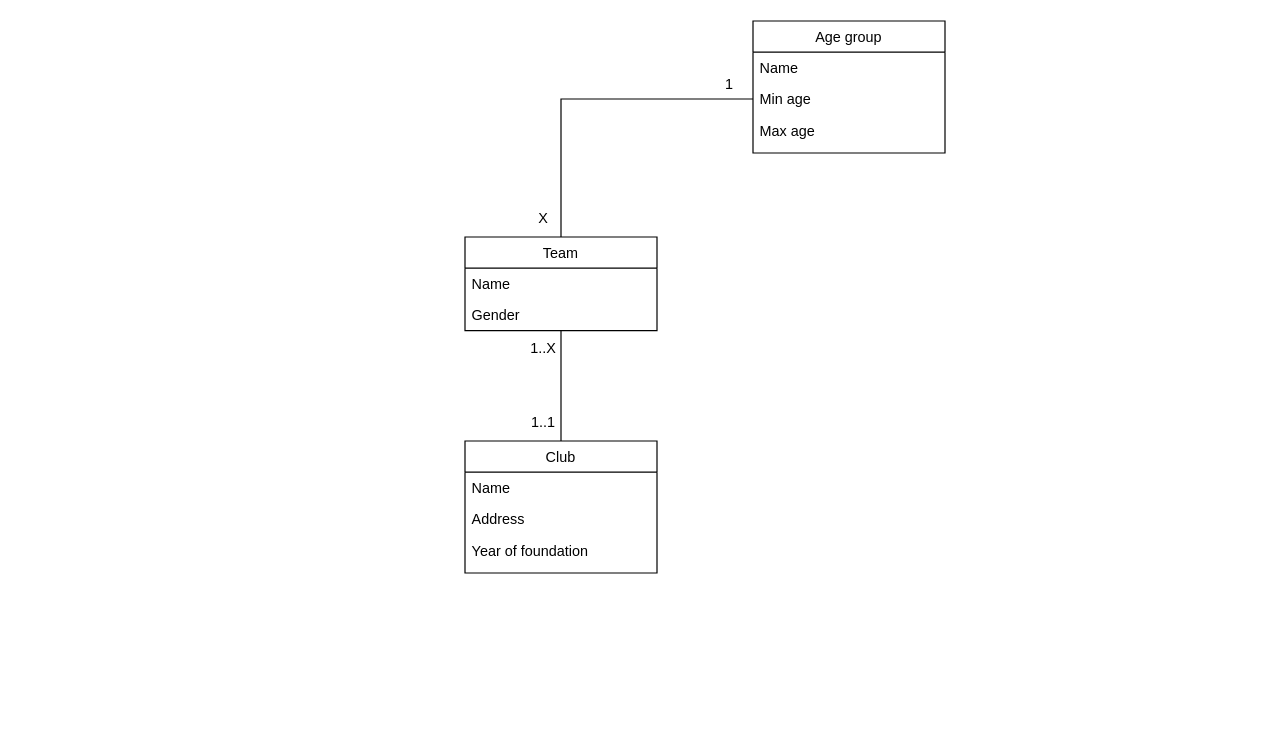
Earlier version of the draw.io diagram SoccerLeague.drawio (brito-bernardo/database-modeling). Source tidied: cells renumbered, new cells numbered last; positions are measured from the earlier drawing's top-left corner, leaving out a move shared by most shapes. Both pictures are drawn from the tidied source at 120%, with x=0, y=0 at pixel (464, 20).
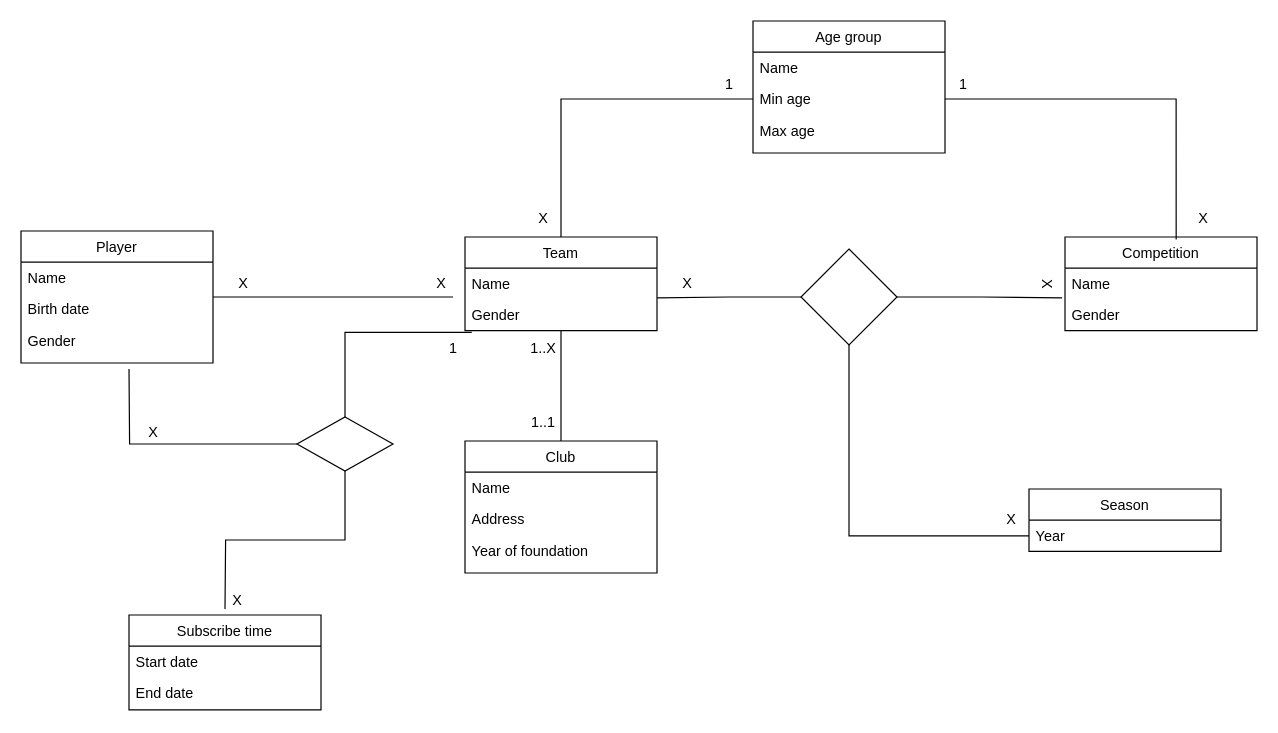
The same diagram, later.

Unchanged cells that the change refers to:
```xml
<mxCell id="10" value="Gender" style="text;align=left;verticalAlign=top;spacingLeft=4;spacingRight=4;overflow=hidden;points=[[0,0.5],[1,0.5]];portConstraint=eastwest;" parent="8" vertex="1">
  <mxGeometry y="52" width="160" height="26" as="geometry" />
</mxCell>
<mxCell id="13" value="Min age" style="text;align=left;verticalAlign=top;spacingLeft=4;spacingRight=4;overflow=hidden;points=[[0,0.5],[1,0.5]];portConstraint=eastwest;" parent="11" vertex="1">
  <mxGeometry y="52" width="160" height="26" as="geometry" />
</mxCell>
```

What changed in the source:
```diff
@@
+    <mxCell id="19" value="Competition" style="swimlane;fontStyle=0;align=center;verticalAlign=top;horizontal=1;startSize=26;rounded=0;shadow=0;strokeWidth=1;" parent="1" vertex="1">
+      <mxGeometry x="500" y="180" width="160" height="78" as="geometry" />
+    </mxCell>
+    <mxCell id="20" value="Name" style="text;align=left;verticalAlign=top;spacingLeft=4;spacingRight=4;overflow=hidden;" parent="19" vertex="1">
+      <mxGeometry y="26" width="160" height="26" as="geometry" />
+    </mxCell>
+    <mxCell id="21" value="Gender" style="text;align=left;verticalAlign=top;spacingLeft=4;spacingRight=4;overflow=hidden;points=[[0,0.5],[1,0.5]];portConstraint=eastwest;" parent="19" vertex="1">
+      <mxGeometry y="52" width="160" height="26" as="geometry" />
+    </mxCell>
+    <mxCell id="22" style="edgeStyle=orthogonalEdgeStyle;rounded=0;jettySize=auto;html=1;entryX=0.579;entryY=0.026;entryDx=0;entryDy=0;entryPerimeter=0;endArrow=none;endFill=0;" parent="1" edge="1" source="13" target="19">
+      <mxGeometry relative="1" as="geometry" />
+    </mxCell>
+    <mxCell id="23" style="edgeStyle=orthogonalEdgeStyle;rounded=0;jettySize=auto;html=1;entryX=0;entryY=0.5;entryDx=0;entryDy=0;endArrow=none;endFill=0;" parent="1" edge="1" source="24" target="28">
+      <mxGeometry relative="1" as="geometry" />
+    </mxCell>
+    <mxCell id="24" style="rhombus;whiteSpace=wrap;html=1;" parent="1" vertex="1">
+      <mxGeometry x="280" y="190" width="80" height="80" as="geometry" />
+    </mxCell>
+    <mxCell id="25" style="edgeStyle=orthogonalEdgeStyle;rounded=0;jettySize=auto;html=1;entryX=-0.015;entryY=-0.048;entryDx=0;entryDy=0;entryPerimeter=0;endArrow=none;endFill=0;" parent="1" edge="1" source="24" target="21">
+      <mxGeometry relative="1" as="geometry" />
+    </mxCell>
+    <mxCell id="26" style="edgeStyle=orthogonalEdgeStyle;rounded=0;jettySize=auto;html=1;entryX=1.001;entryY=-0.048;entryDx=0;entryDy=0;entryPerimeter=0;endArrow=none;endFill=0;" parent="1" edge="1" source="24" target="10">
+      <mxGeometry relative="1" as="geometry" />
+    </mxCell>
+    <mxCell id="27" value="Season" style="swimlane;fontStyle=0;align=center;verticalAlign=top;horizontal=1;startSize=26;rounded=0;shadow=0;strokeWidth=1;" parent="1" vertex="1">
+      <mxGeometry x="470" y="390" width="160" height="52" as="geometry" />
+    </mxCell>
+    <mxCell id="28" value="Year" style="text;align=left;verticalAlign=top;spacingLeft=4;spacingRight=4;overflow=hidden;points=[[0,0.5],[1,0.5]];portConstraint=eastwest;" parent="27" vertex="1">
+      <mxGeometry y="26" width="160" height="26" as="geometry" />
+    </mxCell>
+    <mxCell id="29" style="edgeStyle=orthogonalEdgeStyle;rounded=0;jettySize=auto;html=1;endArrow=none;endFill=0;" parent="1" edge="1" source="30">
+      <mxGeometry relative="1" as="geometry">
+        <mxPoint x="-10" y="230" as="targetPoint" />
+      </mxGeometry>
+    </mxCell>
+    <mxCell id="30" value="Player" style="swimlane;fontStyle=0;align=center;verticalAlign=top;horizontal=1;startSize=26;rounded=0;shadow=0;strokeWidth=1;" parent="1" vertex="1">
+      <mxGeometry x="-370" y="175" width="160" height="110" as="geometry" />
+    </mxCell>
+    <mxCell id="31" value="Name" style="text;align=left;verticalAlign=top;spacingLeft=4;spacingRight=4;overflow=hidden;" parent="30" vertex="1">
+      <mxGeometry y="26" width="160" height="26" as="geometry" />
+    </mxCell>
+    <mxCell id="32" value="Birth date" style="text;align=left;verticalAlign=top;spacingLeft=4;spacingRight=4;overflow=hidden;" parent="30" vertex="1">
+      <mxGeometry y="52" width="160" height="26" as="geometry" />
+    </mxCell>
+    <mxCell id="33" value="Gender" style="text;align=left;verticalAlign=top;spacingLeft=4;spacingRight=4;overflow=hidden;" parent="30" vertex="1">
+      <mxGeometry y="78" width="160" height="26" as="geometry" />
+    </mxCell>
+    <mxCell id="34" value="X" style="text;html=1;align=center;verticalAlign=middle;strokeColor=none;fillColor=none;" parent="1" vertex="1">
+      <mxGeometry x="-200" y="204" width="30" height="30" as="geometry" />
+    </mxCell>
+    <mxCell id="35" value="X" style="text;html=1;align=center;verticalAlign=middle;strokeColor=none;fillColor=none;" parent="1" vertex="1">
+      <mxGeometry x="-35" y="204" width="30" height="30" as="geometry" />
+    </mxCell>
+    <mxCell id="36" value="X" style="text;html=1;align=center;verticalAlign=middle;strokeColor=none;fillColor=none;" parent="1" vertex="1">
+      <mxGeometry x="170" y="204" width="30" height="30" as="geometry" />
+    </mxCell>
+    <mxCell id="37" value="X" style="text;html=1;align=center;verticalAlign=middle;strokeColor=none;fillColor=none;rotation=90;" parent="1" vertex="1">
+      <mxGeometry x="470" y="204" width="30" height="30" as="geometry" />
+    </mxCell>
+    <mxCell id="38" value="X" style="text;html=1;align=center;verticalAlign=middle;strokeColor=none;fillColor=none;" parent="1" vertex="1">
+      <mxGeometry x="440" y="401" width="30" height="30" as="geometry" />
+    </mxCell>
+    <mxCell id="39" value="1" style="text;html=1;align=center;verticalAlign=middle;strokeColor=none;fillColor=none;" parent="1" vertex="1">
+      <mxGeometry x="400" y="38" width="30" height="30" as="geometry" />
+    </mxCell>
+    <mxCell id="40" value="X" style="text;html=1;align=center;verticalAlign=middle;strokeColor=none;fillColor=none;" parent="1" vertex="1">
+      <mxGeometry x="600" y="150" width="30" height="30" as="geometry" />
+    </mxCell>
+    <mxCell id="41" value="Subscribe time" style="swimlane;fontStyle=0;align=center;verticalAlign=top;horizontal=1;startSize=26;rounded=0;shadow=0;strokeWidth=1;" parent="1" vertex="1">
+      <mxGeometry x="-280" y="495" width="160" height="79" as="geometry" />
+    </mxCell>
+    <mxCell id="42" value="Start date" style="text;align=left;verticalAlign=top;spacingLeft=4;spacingRight=4;overflow=hidden;" parent="41" vertex="1">
+      <mxGeometry y="26" width="160" height="26" as="geometry" />
+    </mxCell>
+    <mxCell id="43" value="End date" style="text;align=left;verticalAlign=top;spacingLeft=4;spacingRight=4;overflow=hidden;" parent="41" vertex="1">
+      <mxGeometry y="52" width="160" height="26" as="geometry" />
+    </mxCell>
+    <mxCell id="44" style="edgeStyle=orthogonalEdgeStyle;rounded=0;jettySize=auto;html=1;exitX=0.5;exitY=1;exitDx=0;exitDy=0;endArrow=none;endFill=0;" parent="1" edge="1" source="46">
+      <mxGeometry relative="1" as="geometry">
+        <mxPoint x="-200" y="490" as="targetPoint" />
+      </mxGeometry>
+    </mxCell>
+    <mxCell id="45" style="edgeStyle=orthogonalEdgeStyle;rounded=0;jettySize=auto;html=1;endArrow=none;endFill=0;" parent="1" edge="1" source="46">
+      <mxGeometry relative="1" as="geometry">
+        <mxPoint x="-280" y="290" as="targetPoint" />
+      </mxGeometry>
+    </mxCell>
+    <mxCell id="46" style="rhombus;whiteSpace=wrap;html=1;" parent="1" vertex="1">
+      <mxGeometry x="-140" y="330" width="80" height="45" as="geometry" />
+    </mxCell>
+    <mxCell id="47" style="edgeStyle=orthogonalEdgeStyle;rounded=0;jettySize=auto;html=1;entryX=0.035;entryY=1.058;entryDx=0;entryDy=0;entryPerimeter=0;endArrow=none;endFill=0;" parent="1" edge="1" source="46" target="10">
+      <mxGeometry relative="1" as="geometry" />
+    </mxCell>
+    <mxCell id="48" value="X" style="text;html=1;align=center;verticalAlign=middle;strokeColor=none;fillColor=none;" parent="1" vertex="1">
+      <mxGeometry x="-205" y="468" width="30" height="30" as="geometry" />
+    </mxCell>
+    <mxCell id="49" value="X" style="text;html=1;align=center;verticalAlign=middle;strokeColor=none;fillColor=none;" parent="1" vertex="1">
+      <mxGeometry x="-275" y="328" width="30" height="30" as="geometry" />
+    </mxCell>
+    <mxCell id="50" value="1" style="text;html=1;align=center;verticalAlign=middle;strokeColor=none;fillColor=none;" parent="1" vertex="1">
+      <mxGeometry x="-25" y="258" width="30" height="30" as="geometry" />
+    </mxCell>
```
